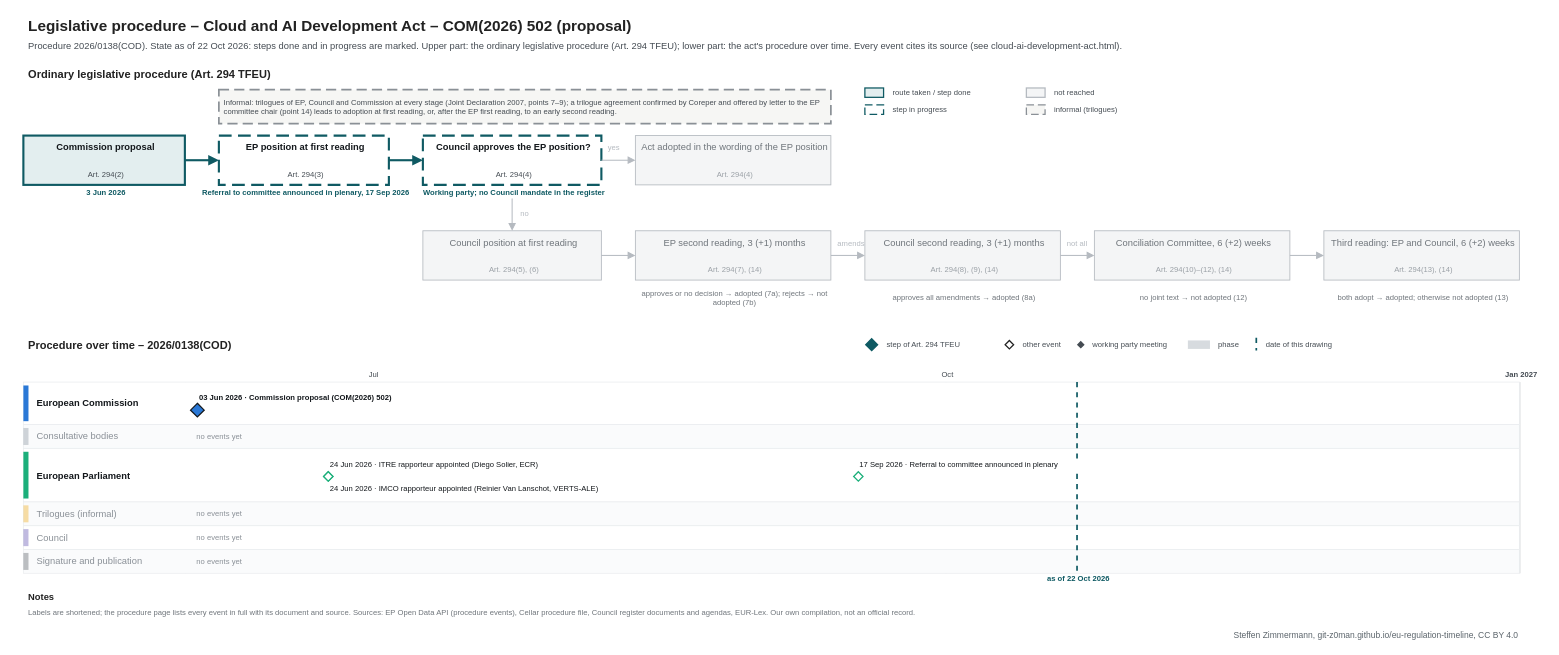
The draw.io diagram procedures/cloud-ai-development-act.drawio in git-z0man/eu-regulation-timeline, before the edit. Source tidied: cells renumbered, new cells numbered last; positions are measured from the earlier drawing's top-left corner, leaving out a move shared by most shapes. Both pictures are drawn from the tidied source at 85%, with x=0, y=0 at pixel (14, 14).
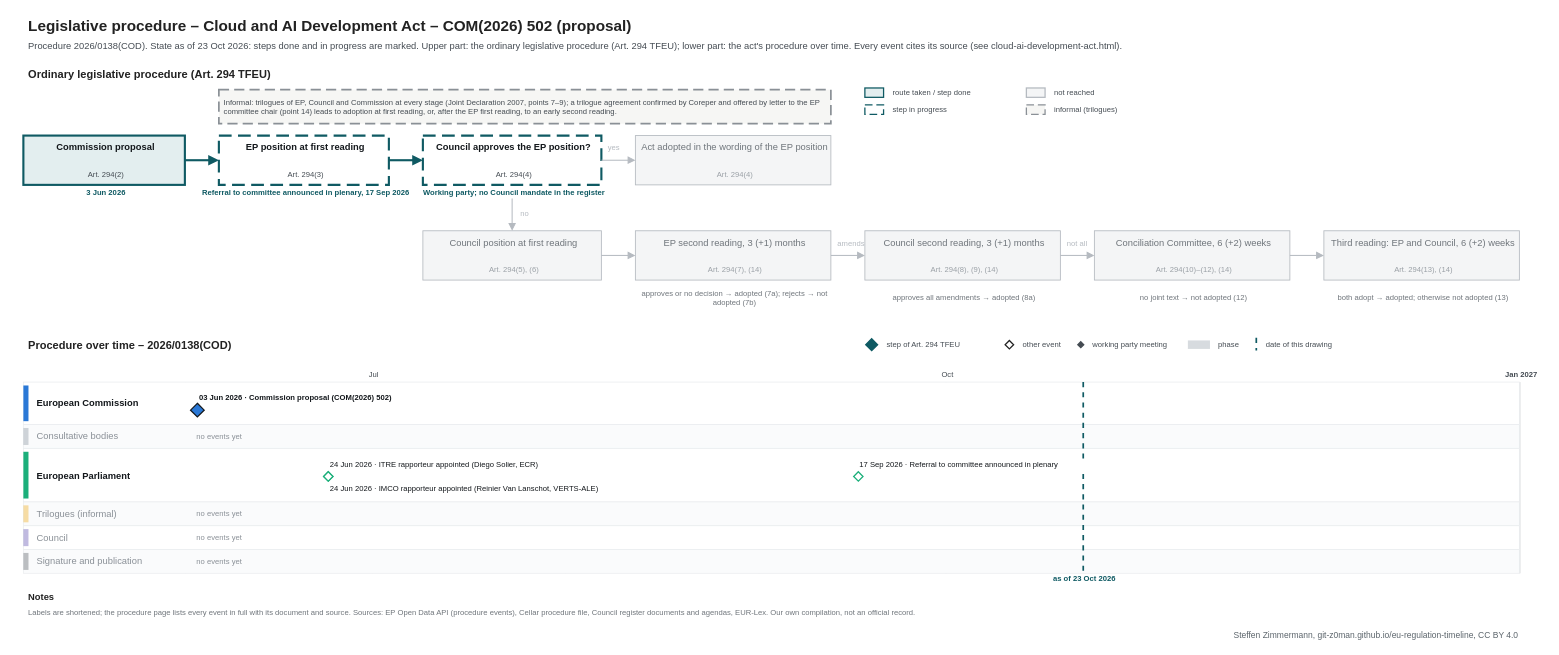
The same diagram, later.

Diff of the diagram source:
```diff
@@
-    <mxCell id="3" value="Procedure 2026/0138(COD). State as of 22 Oct 2026: steps done and in progress are marked. Upper part: the ordinary legislative procedure (Art. 294 TFEU); lower part: the act's procedure over time. Every event cites its source (see cloud-ai-development-act.html)." style="text;html=1;fontSize=11;fontColor=#454c53;align=left;verticalAlign=middle;spacingLeft=4;" parent="1" vertex="1">
+    <mxCell id="3" value="Procedure 2026/0138(COD). State as of 23 Oct 2026: steps done and in progress are marked. Upper part: the ordinary legislative procedure (Art. 294 TFEU); lower part: the act's procedure over time. Every event cites its source (see cloud-ai-development-act.html)." style="text;html=1;fontSize=11;fontColor=#454c53;align=left;verticalAlign=middle;spacingLeft=4;" parent="1" vertex="1">
       <mxGeometry x="10" y="28" width="1700" height="18" as="geometry" />
     </mxCell>
@@
     <mxCell id="105" style="line;html=1;strokeWidth=2;strokeColor=#0f5a63;direction=south;dashed=1;" parent="1" vertex="1">
-      <mxGeometry x="1249.1" y="432" width="1" height="225" as="geometry" />
+      <mxGeometry x="1256.4" y="432" width="1" height="225" as="geometry" />
     </mxCell>
-    <mxCell id="106" value="as of 22 Oct 2026" style="text;html=1;fontSize=9;fontColor=#0f5a63;align=center;verticalAlign=middle;spacingLeft=4;fontStyle=1;" parent="1" vertex="1">
-      <mxGeometry x="1189.1" y="658" width="120" height="12" as="geometry" />
+    <mxCell id="106" value="as of 23 Oct 2026" style="text;html=1;fontSize=9;fontColor=#0f5a63;align=center;verticalAlign=middle;spacingLeft=4;fontStyle=1;" parent="1" vertex="1">
+      <mxGeometry x="1196.4" y="658" width="120" height="12" as="geometry" />
     </mxCell>
```
